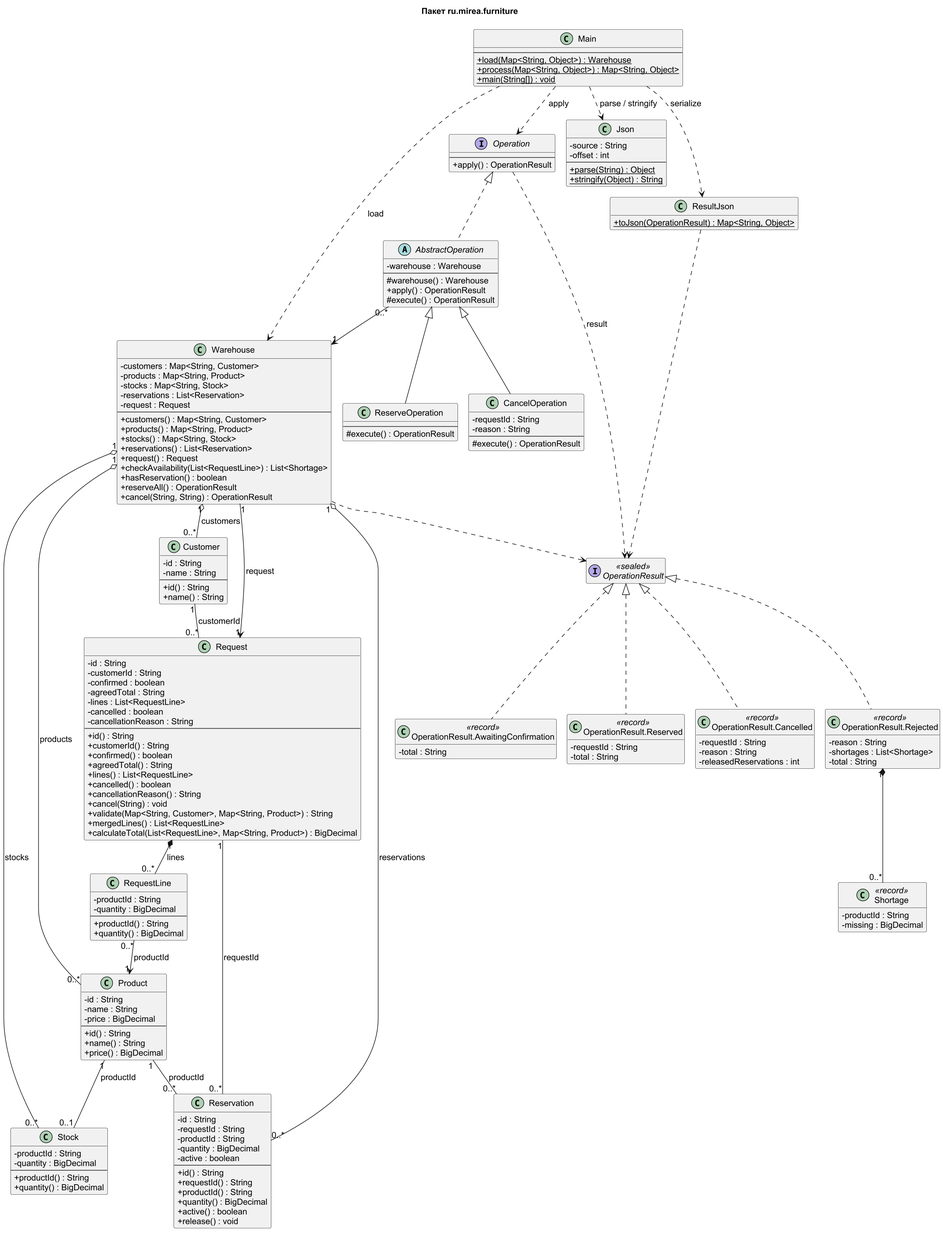
Above: models/classes.png in iskanye/office-furniture (PlantUML), before the change.
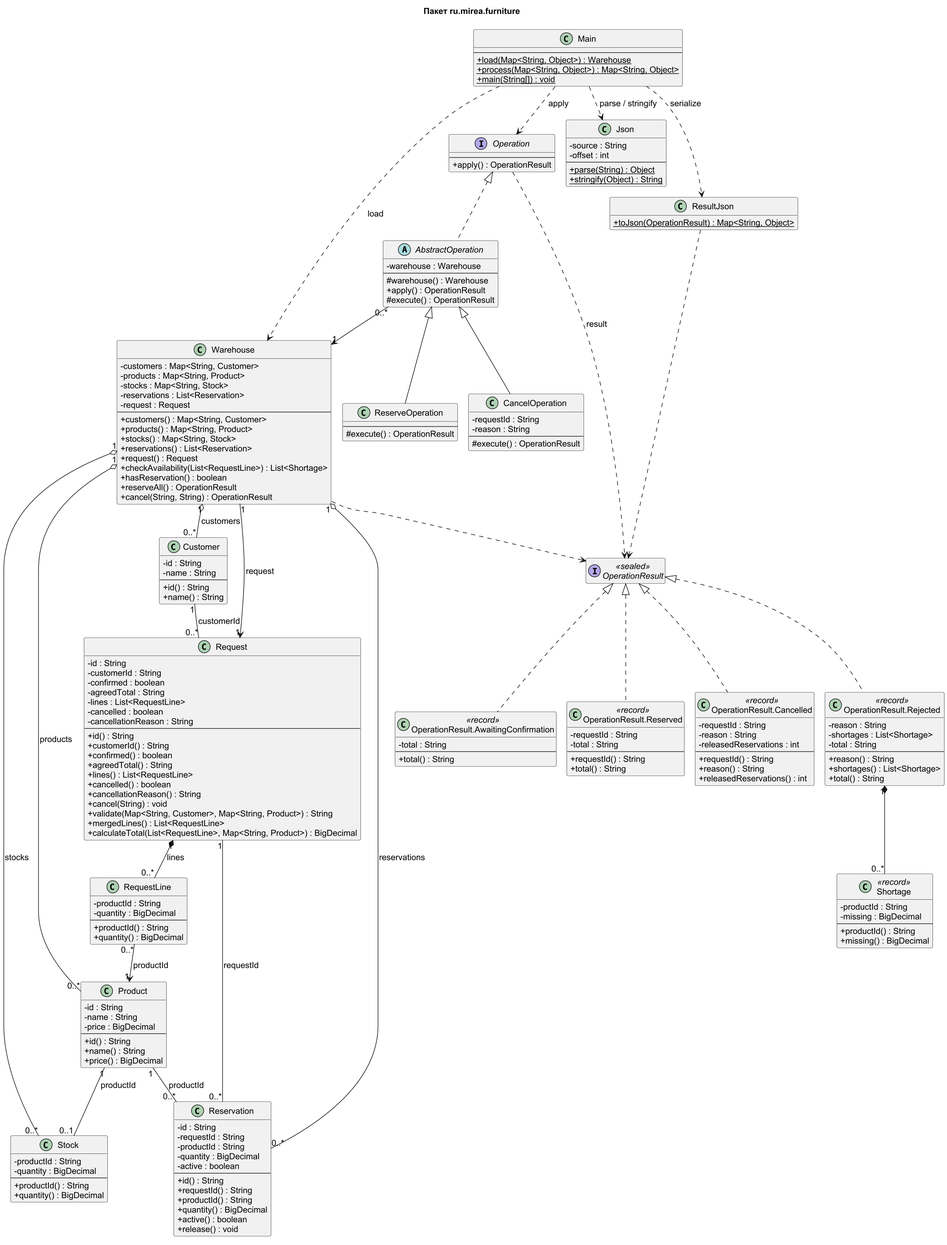
Later version of the same file.

Commit message:
docs: исправить сопоставление реализаций и согласовать UML КТ3

Change to the diagram source:
```diff
@@ -149,22 +149,38 @@
   -reason : String
   -shortages : List<Shortage>
   -total : String
+  --
+  +reason() : String
+  +shortages() : List<Shortage>
+  +total() : String
 }
 class "OperationResult.AwaitingConfirmation" as AwaitingConfirmation <<record>> {
   -total : String
+  --
+  +total() : String
 }
 class "OperationResult.Reserved" as Reserved <<record>> {
   -requestId : String
   -total : String
+  --
+  +requestId() : String
+  +total() : String
 }
 class "OperationResult.Cancelled" as Cancelled <<record>> {
   -requestId : String
   -reason : String
   -releasedReservations : int
+  --
+  +requestId() : String
+  +reason() : String
+  +releasedReservations() : int
 }
 class Shortage <<record>> {
   -productId : String
   -missing : BigDecimal
+  --
+  +productId() : String
+  +missing() : BigDecimal
 }
 class ResultJson {
   +{static} toJson(OperationResult) : Map<String, Object>
```
